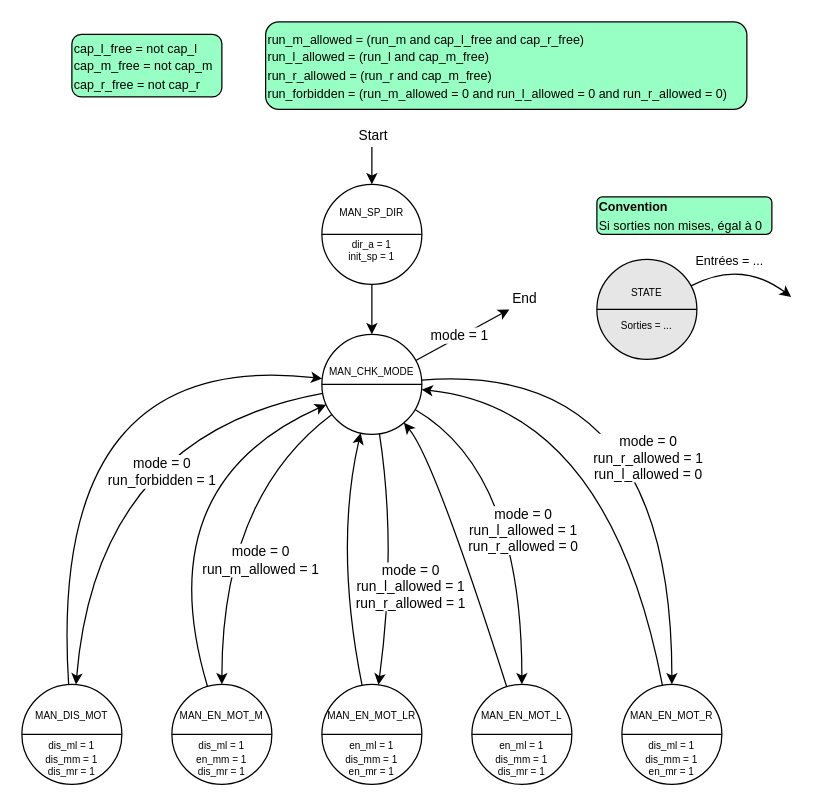
Earlier version of the draw.io diagram doc/diags/state_manual_sequence.drawio (Schokiiiiiiii/csn26). Source tidied: cells renumbered, new cells numbered last; positions are measured from the earlier drawing's top-left corner, leaving out a move shared by most shapes. Both pictures are drawn from the tidied source at 125%, with x=0, y=0 at pixel (21, 21).
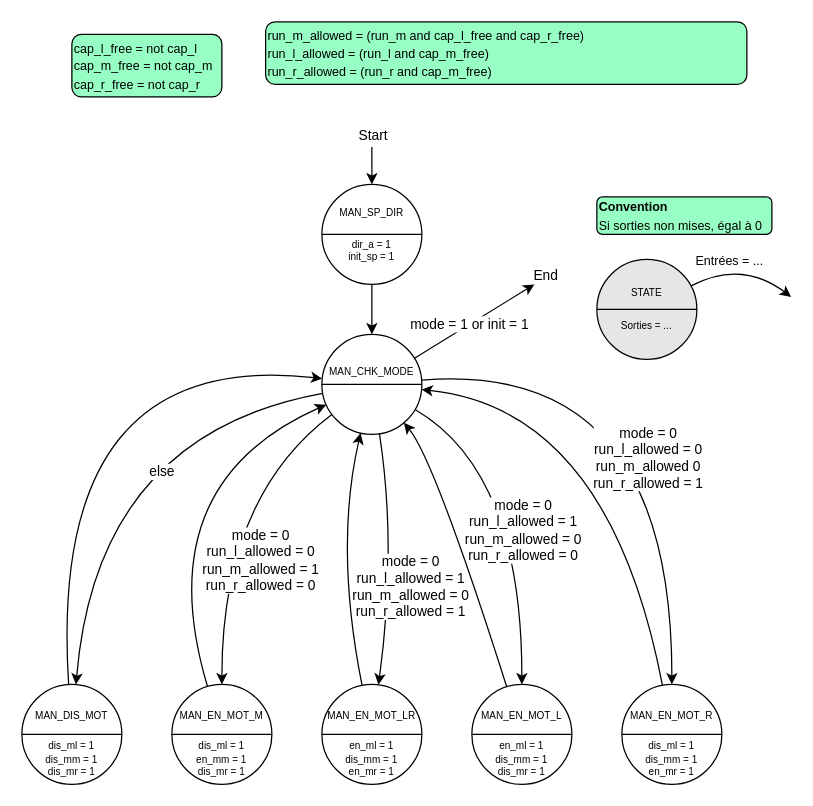
After the change.

The change refers to these unchanged cells:
```xml
<mxCell id="13" value="&lt;div style=&quot;line-height: 90%;&quot;&gt;&lt;span style=&quot;background-color: transparent; color: light-dark(rgb(0, 0, 0), rgb(255, 255, 255)); font-size: 8px;&quot;&gt;MAN_CHK_MODE&lt;/span&gt;&lt;/div&gt;&lt;div style=&quot;line-height: 90%;&quot;&gt;&lt;span style=&quot;font-size: 8px; background-color: transparent; color: light-dark(rgb(0, 0, 0), rgb(255, 255, 255));&quot;&gt;&lt;br&gt;&lt;/span&gt;&lt;/div&gt;&lt;div style=&quot;line-height: 70%;&quot;&gt;&lt;br&gt;&lt;/div&gt;" style="ellipse;whiteSpace=wrap;html=1;" parent="1" vertex="1">
  <mxGeometry x="240" y="250" width="80" height="80" as="geometry" />
</mxCell>
<mxCell id="28" style="curved=1;endArrow=classic;html=1;rounded=0;" parent="1" edge="1" source="13" target="18">
  <mxGeometry relative="1" as="geometry">
    <Array as="points">
      <mxPoint x="160" y="380" />
    </Array>
  </mxGeometry>
</mxCell>
<mxCell id="30" style="curved=1;endArrow=classic;html=1;rounded=0;" parent="1" edge="1" source="13" target="22">
  <mxGeometry relative="1" as="geometry">
    <Array as="points">
      <mxPoint x="400" y="360" />
    </Array>
  </mxGeometry>
</mxCell>
<mxCell id="32" style="curved=1;endArrow=classic;html=1;rounded=0;" parent="1" edge="1" source="13" target="26">
  <mxGeometry relative="1" as="geometry">
    <Array as="points">
      <mxPoint x="520" y="270" />
    </Array>
  </mxGeometry>
</mxCell>
<mxCell id="34" style="curved=1;endArrow=classic;html=1;rounded=0;" parent="1" edge="1" source="13" target="24">
  <mxGeometry relative="1" as="geometry">
    <Array as="points">
      <mxPoint x="60" y="330" />
    </Array>
  </mxGeometry>
</mxCell>
<mxCell id="37" style="curved=1;endArrow=classic;html=1;rounded=0;" parent="1" edge="1" source="13" target="20">
  <mxGeometry relative="1" as="geometry">
    <Array as="points">
      <mxPoint x="300" y="420" />
    </Array>
  </mxGeometry>
</mxCell>
```

What changed in the source:
```diff
@@
     <mxCell id="15" style="endArrow=classic;html=1;rounded=0;" parent="1" edge="1" source="13">
       <mxGeometry relative="1" as="geometry">
-        <mxPoint x="390" y="230" as="targetPoint" />
+        <mxPoint x="410" y="210" as="targetPoint" />
       </mxGeometry>
     </mxCell>
-    <mxCell id="16" value="mode = 1" style="edgeLabel;html=1;align=center;verticalAlign=middle;" parent="15" vertex="1">
+    <mxCell id="16" value="mode = 1 or init = 1" style="edgeLabel;html=1;align=center;verticalAlign=middle;" parent="15" vertex="1">
       <mxGeometry x="-0.24" y="1" relative="1" as="geometry">
         <mxPoint x="7" y="-4" as="offset" />
       </mxGeometry>
     </mxCell>
@@
-    <mxCell id="29" value="&lt;div&gt;mode = 0&lt;/div&gt;run_m_allowed = 1" style="edgeLabel;html=1;align=center;verticalAlign=middle;" parent="28" vertex="1">
+    <mxCell id="29" value="&lt;div&gt;mode = 0&lt;/div&gt;&lt;div&gt;run_l_allowed = 0&lt;/div&gt;run_m_allowed = 1&lt;div&gt;run_r_allowed = 0&lt;/div&gt;" style="edgeLabel;html=1;align=center;verticalAlign=middle;" parent="28" vertex="1">
       <mxGeometry x="-0.04" y="17" relative="1" as="geometry">
         <mxPoint x="13" y="35" as="offset" />
       </mxGeometry>
     </mxCell>
@@
-    <mxCell id="31" value="&lt;div&gt;mode = 0&lt;/div&gt;run_l_allowed = 1&lt;div&gt;run_r_allowed = 0&lt;/div&gt;" style="edgeLabel;html=1;align=center;verticalAlign=middle;" parent="30" vertex="1">
+    <mxCell id="31" value="&lt;div&gt;mode = 0&lt;/div&gt;run_l_allowed = 1&lt;div&gt;run_m_allowed = 0&lt;br&gt;&lt;div&gt;run_r_allowed = 0&lt;/div&gt;&lt;/div&gt;" style="edgeLabel;html=1;align=center;verticalAlign=middle;" parent="30" vertex="1">
       <mxGeometry x="0.08" y="-14" relative="1" as="geometry">
         <mxPoint x="14" as="offset" />
       </mxGeometry>
     </mxCell>
@@
-    <mxCell id="33" value="&lt;div&gt;mode = 0&lt;/div&gt;run_r_allowed = 1&lt;div&gt;run_l_allowed = 0&lt;/div&gt;" style="edgeLabel;html=1;align=center;verticalAlign=middle;" parent="32" vertex="1">
+    <mxCell id="33" value="&lt;div&gt;mode = 0&lt;/div&gt;run_l_allowed = 0&lt;div&gt;run_m_allowed 0&lt;/div&gt;&lt;div&gt;run_r_allowed = 1&lt;/div&gt;" style="edgeLabel;html=1;align=center;verticalAlign=middle;" parent="32" vertex="1">
       <mxGeometry x="0.23" y="-39" relative="1" as="geometry">
         <mxPoint x="19" y="-4" as="offset" />
       </mxGeometry>
     </mxCell>
@@
-    <mxCell id="35" value="&lt;div&gt;mode = 0&lt;/div&gt;run_forbidden = 1" style="edgeLabel;html=1;align=center;verticalAlign=middle;" parent="34" vertex="1">
+    <mxCell id="35" value="&lt;div&gt;else&lt;/div&gt;" style="edgeLabel;html=1;align=center;verticalAlign=middle;" parent="34" vertex="1">
       <mxGeometry x="-0.28" y="38" relative="1" as="geometry" />
     </mxCell>
@@
-    <mxCell id="38" value="&lt;div&gt;mode = 0&lt;/div&gt;run_l_allowed = 1&lt;div&gt;run_r_allowed = 1&lt;/div&gt;" style="edgeLabel;html=1;align=center;verticalAlign=middle;" parent="37" vertex="1">
+    <mxCell id="38" value="&lt;div&gt;mode = 0&lt;/div&gt;run_l_allowed = 1&lt;div&gt;run_m_allowed = 0&lt;br&gt;&lt;div&gt;run_r_allowed = 1&lt;/div&gt;&lt;/div&gt;" style="edgeLabel;html=1;align=center;verticalAlign=middle;" parent="37" vertex="1">
       <mxGeometry x="0.11" relative="1" as="geometry">
         <mxPoint x="13" y="10" as="offset" />
       </mxGeometry>
     </mxCell>
@@
-    <mxCell id="43" value="&lt;span style=&quot;font-size: 10px;&quot;&gt;run_m_allowed = (run_m and cap_l_free and cap_r_free)&lt;/span&gt;&lt;div&gt;&lt;span style=&quot;font-size: 10px;&quot;&gt;run_l_allowed = (run_l and cap_m_free)&lt;/span&gt;&lt;/div&gt;&lt;div&gt;&lt;span style=&quot;font-size: 10px;&quot;&gt;run_r_allowed = (run_r and cap_m_free)&lt;/span&gt;&lt;/div&gt;&lt;div&gt;&lt;span style=&quot;font-size: 10px;&quot;&gt;run_forbidden = (run_m_allowed = 0 and run_l_allowed = 0 and run_r_allowed = 0)&lt;/span&gt;&lt;/div&gt;" style="rounded=1;whiteSpace=wrap;html=1;align=left;fillColor=#97FFC4;" parent="1" vertex="1">
-      <mxGeometry x="195" width="385" height="70" as="geometry" />
+    <mxCell id="43" value="&lt;span style=&quot;font-size: 10px;&quot;&gt;run_m_allowed = (run_m and cap_l_free and cap_r_free)&lt;/span&gt;&lt;div&gt;&lt;span style=&quot;font-size: 10px;&quot;&gt;run_l_allowed = (run_l and cap_m_free)&lt;/span&gt;&lt;/div&gt;&lt;div&gt;&lt;span style=&quot;font-size: 10px;&quot;&gt;run_r_allowed = (run_r and cap_m_free)&lt;br&gt;&lt;/span&gt;&lt;/div&gt;" style="rounded=1;whiteSpace=wrap;html=1;align=left;fillColor=#97FFC4;" parent="1" vertex="1">
+      <mxGeometry x="195" width="385" height="50" as="geometry" />
     </mxCell>
```
